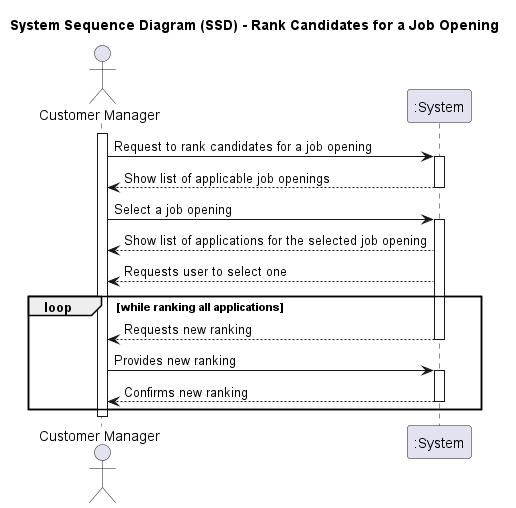
The PlantUML diagram docs/sprintC/1013/svg/1013-system-sequence-diagram-System_Sequence_Diagram__SSD____Rank_Candidates_for_a_Job_Opening.png in marcoferreira37/Lapr4, before a commit.
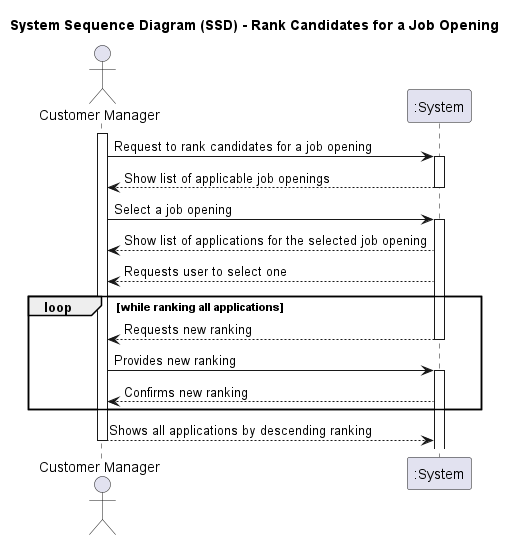
After the commit.

What changed in the source:
```diff
@@ -26,9 +26,11 @@
 Agent -> System : Provides new ranking
 activate System
 System --> Agent  : Confirms new ranking
-deactivate System
 
 end loop
+
+Agent --> System : Shows all applications by descending ranking
+
 
 deactivate Agent
 
```
